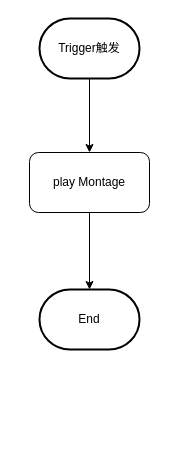
Before: 水塔倒塌.drawio in LittleTrain0321/15150400109Wy, a draw.io diagram. Source tidied: cells renumbered, new cells numbered last; positions are measured from the earlier drawing's top-left corner, leaving out a move shared by most shapes. Both pictures are drawn from the tidied source at 100%, with x=0, y=0 at pixel (29, 18).
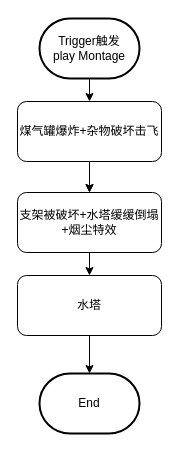
The same diagram, later.

Commit message (it also covers changes not shown here):
更新水塔倒塌.drawio

The edit, as a diff of the source:
```diff
@@
 <mxGraphModel>
   <root>
     <mxCell id="0" />
     <mxCell id="1" parent="0" />
-    <mxCell id="2" style="edgeStyle=orthogonalEdgeStyle;rounded=0;jettySize=auto;html=1;exitX=0.5;exitY=1;exitDx=0;exitDy=0;entryX=0.5;entryY=0;entryDx=0;entryDy=0;entryPerimeter=0;" parent="1" edge="1" source="3" target="6">
+    <mxCell id="2" style="edgeStyle=orthogonalEdgeStyle;rounded=0;jettySize=auto;html=1;exitX=0.5;exitY=1;exitDx=0;exitDy=0;entryX=0.5;entryY=0;entryDx=0;entryDy=0;" parent="1" edge="1" source="3" target="8">
       <mxGeometry relative="1" as="geometry" />
     </mxCell>
+    <mxCell id="7" style="edgeStyle=orthogonalEdgeStyle;rounded=0;jettySize=auto;html=1;" parent="1" edge="1" source="3" target="8">
+      <mxGeometry relative="1" as="geometry" />
+    </mxCell>
-    <mxCell id="3" value="play Montage" style="rounded=1;whiteSpace=wrap;html=1;" parent="1" vertex="1">
-      <mxGeometry y="134" width="120" height="60" as="geometry" />
+    <mxCell id="3" value="煤气罐爆炸+杂物破坏击飞" style="rounded=1;whiteSpace=wrap;html=1;" parent="1" vertex="1">
+      <mxGeometry x="-12" y="83" width="144" height="60" as="geometry" />
     </mxCell>
     <mxCell id="4" style="edgeStyle=orthogonalEdgeStyle;rounded=0;jettySize=auto;html=1;exitX=0.5;exitY=1;exitDx=0;exitDy=0;exitPerimeter=0;" parent="1" edge="1" source="5" target="3">
       <mxGeometry relative="1" as="geometry" />
     </mxCell>
-    <mxCell id="5" value="Trigger触发" style="strokeWidth=2;html=1;shape=mxgraph.flowchart.terminator;whiteSpace=wrap;" parent="1" vertex="1">
+    <mxCell id="5" value="Trigger触发&lt;br&gt;play Montage" style="strokeWidth=2;html=1;shape=mxgraph.flowchart.terminator;whiteSpace=wrap;" parent="1" vertex="1">
       <mxGeometry x="10" width="100" height="60" as="geometry" />
     </mxCell>
     <mxCell id="6" value="End" style="strokeWidth=2;html=1;shape=mxgraph.flowchart.terminator;whiteSpace=wrap;" parent="1" vertex="1">
-      <mxGeometry x="10" y="271" width="100" height="60" as="geometry" />
+      <mxGeometry x="10" y="355" width="100" height="60" as="geometry" />
     </mxCell>
+    <mxCell id="8" value="支架被破坏+水塔缓缓倒塌+烟尘特效" style="rounded=1;whiteSpace=wrap;html=1;" parent="1" vertex="1">
+      <mxGeometry x="-12" y="174" width="144" height="60" as="geometry" />
+    </mxCell>
+    <mxCell id="9" style="edgeStyle=orthogonalEdgeStyle;rounded=0;jettySize=auto;html=1;exitX=0.5;exitY=1;exitDx=0;exitDy=0;entryX=0.5;entryY=0;entryDx=0;entryDy=0;" parent="1" edge="1" source="8" target="11">
+      <mxGeometry relative="1" as="geometry" />
+    </mxCell>
+    <mxCell id="10" style="edgeStyle=orthogonalEdgeStyle;rounded=0;jettySize=auto;html=1;exitX=0.5;exitY=1;exitDx=0;exitDy=0;" parent="1" edge="1" source="11" target="6">
+      <mxGeometry relative="1" as="geometry" />
+    </mxCell>
+    <mxCell id="11" value="水塔" style="rounded=1;whiteSpace=wrap;html=1;" parent="1" vertex="1">
+      <mxGeometry x="-12" y="257" width="144" height="60" as="geometry" />
+    </mxCell>
   </root>
 </mxGraphModel>
```
